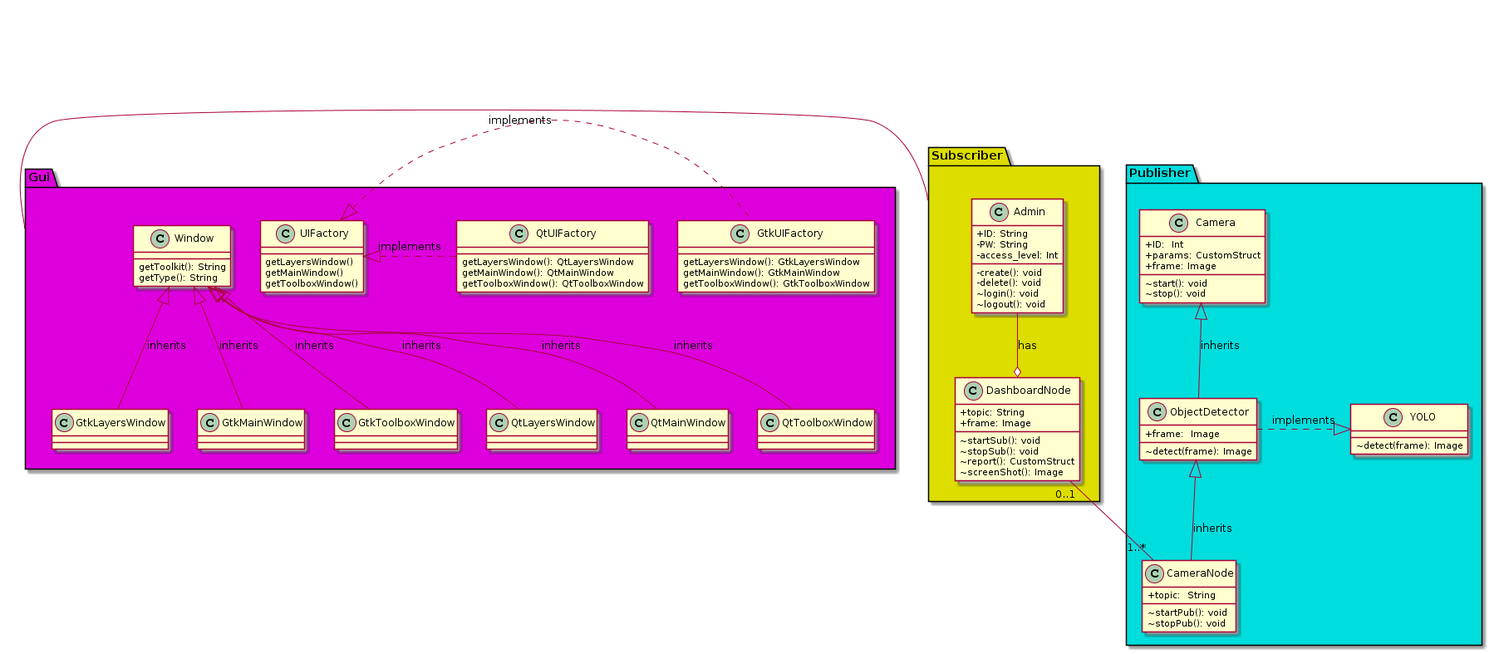
This is UML/Class Diagram/class.png from husmen/Design-Patterns-HW, a PlantUML export, as it was before one commit.
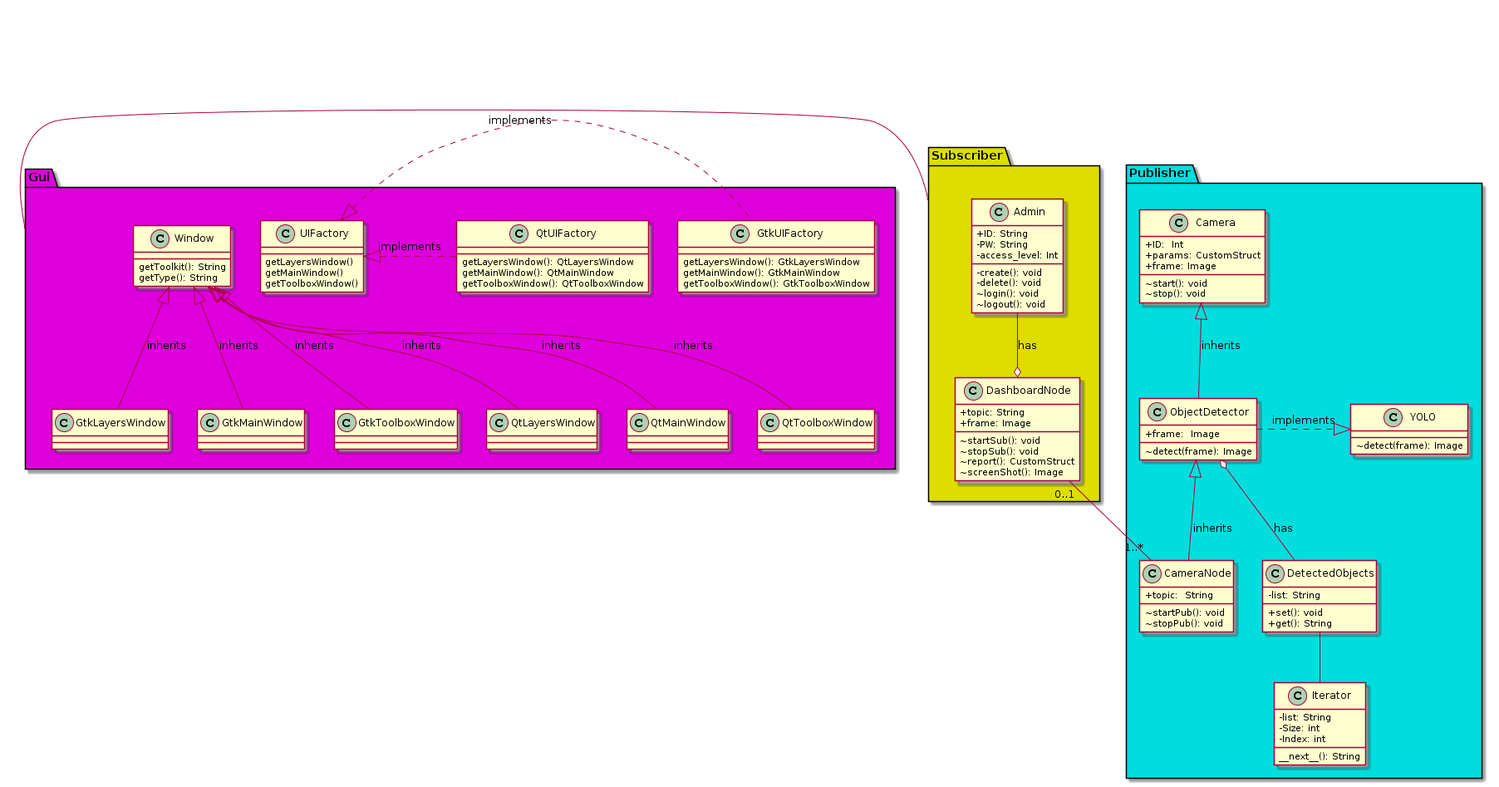
After the change.

Commit message:
add iterator pattern

The edit, as a diff of the source:
```diff
@@ -88,6 +88,19 @@
  ~detect(frame): Image
 }
 
+  class DetectedObjects{
+ -list: String
+ +set(): void
+ +get(): String
+}
+
+  class Iterator{
+ -list: String
+ -Size: int
+ -Index: int
+ __next__(): String
+}
+
   class ObjectDetector{
  +frame:  Image
  ~detect(frame): Image
@@ -103,6 +116,8 @@
   Camera <|-- ObjectDetector: inherits
   ObjectDetector .|> YOLO: implements
   ObjectDetector <|-- CameraNode: inherits
+  ObjectDetector o-- DetectedObjects: has
+  DetectedObjects -- Iterator
 }
 
 DashboardNode "0..1" -- "1..*" CameraNode
```
